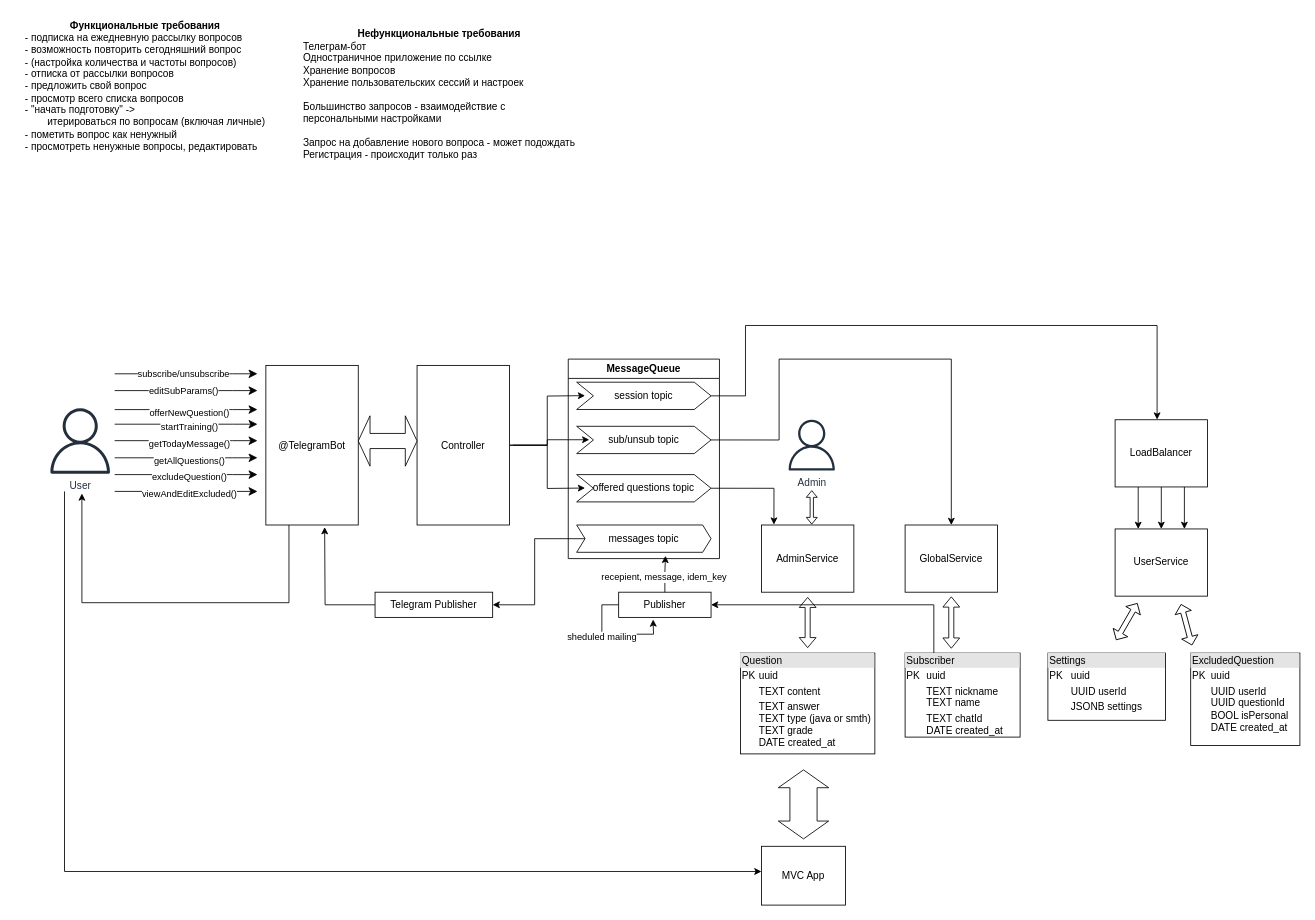
Above: SobesCracker.drawio in maksarts/test-project-files (draw.io), before the change. Source tidied: cells renumbered, new cells numbered last; positions are measured from the earlier drawing's top-left corner, leaving out a move shared by most shapes. Both pictures are drawn from the tidied source at 84%, with x=0, y=0 at pixel (14, 14).
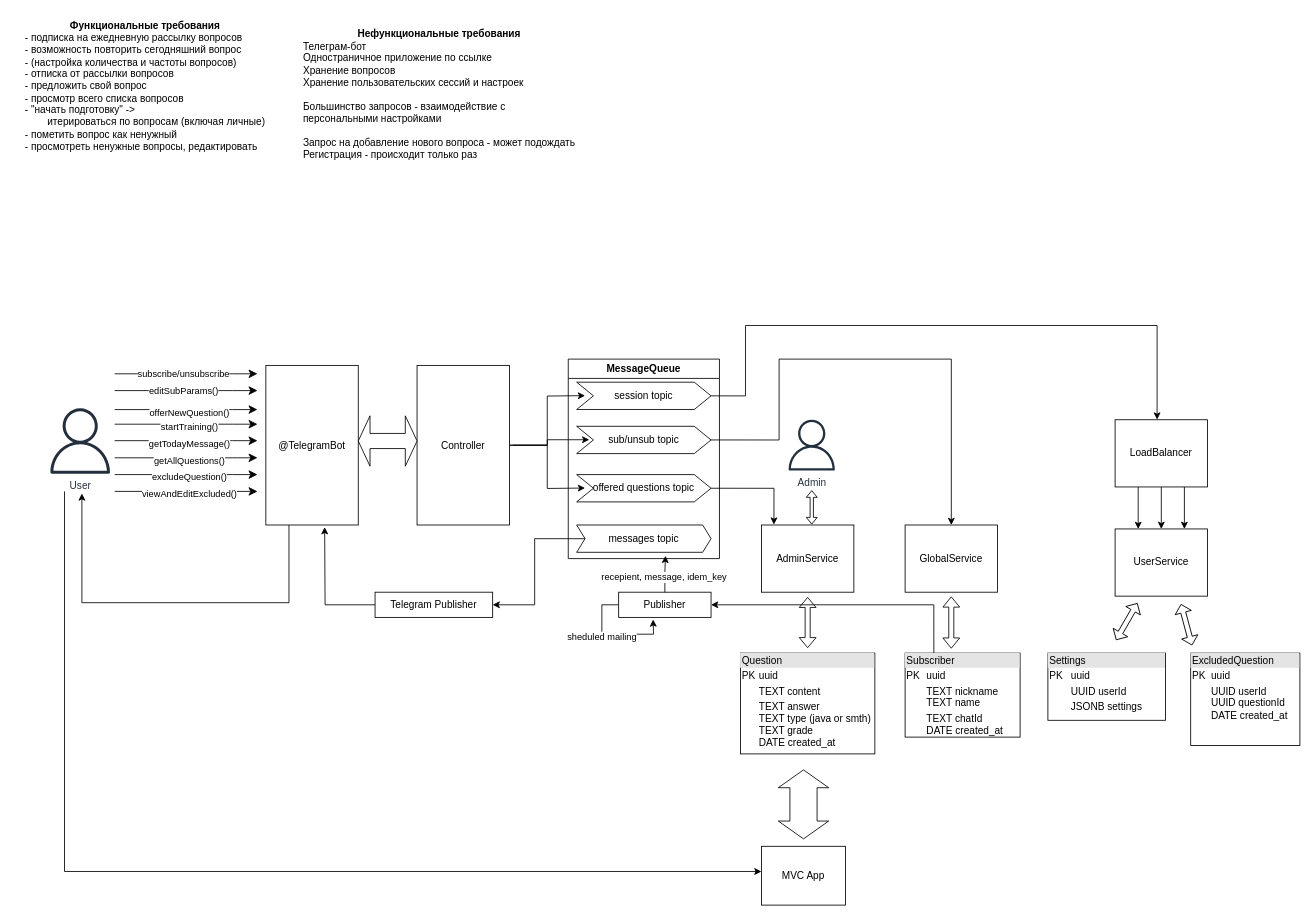
After the change.

The edit, as a diff of the source:
```diff
@@
-    <mxCell id="49" value="&lt;div style=&quot;box-sizing:border-box;width:100%;background:#e4e4e4;padding:2px;&quot;&gt;ExcludedQuestion&lt;/div&gt;&lt;table style=&quot;width:100%;font-size:1em;&quot; cellpadding=&quot;2&quot; cellspacing=&quot;0&quot;&gt;&lt;tbody&gt;&lt;tr&gt;&lt;td&gt;PK&lt;/td&gt;&lt;td&gt;uuid&lt;/td&gt;&lt;/tr&gt;&lt;tr&gt;&lt;td&gt;&lt;br&gt;&lt;/td&gt;&lt;td&gt;UUID userId&lt;br&gt;UUID questionId&lt;br&gt;BOOL isPersonal&lt;br&gt;DATE created_at&lt;br&gt;&lt;/td&gt;&lt;/tr&gt;&lt;/tbody&gt;&lt;/table&gt;" style="verticalAlign=top;align=left;overflow=fill;html=1;whiteSpace=wrap;" parent="1" vertex="1">
+    <mxCell id="49" value="&lt;div style=&quot;box-sizing:border-box;width:100%;background:#e4e4e4;padding:2px;&quot;&gt;ExcludedQuestion&lt;/div&gt;&lt;table style=&quot;width:100%;font-size:1em;&quot; cellpadding=&quot;2&quot; cellspacing=&quot;0&quot;&gt;&lt;tbody&gt;&lt;tr&gt;&lt;td&gt;PK&lt;/td&gt;&lt;td&gt;uuid&lt;/td&gt;&lt;/tr&gt;&lt;tr&gt;&lt;td&gt;&lt;br&gt;&lt;/td&gt;&lt;td&gt;UUID userId&lt;br&gt;UUID questionId&lt;br&gt;DATE created_at&lt;br&gt;&lt;/td&gt;&lt;/tr&gt;&lt;/tbody&gt;&lt;/table&gt;" style="verticalAlign=top;align=left;overflow=fill;html=1;whiteSpace=wrap;" parent="1" vertex="1">
       <mxGeometry x="1400" y="760" width="130" height="110" as="geometry" />
     </mxCell>
```
